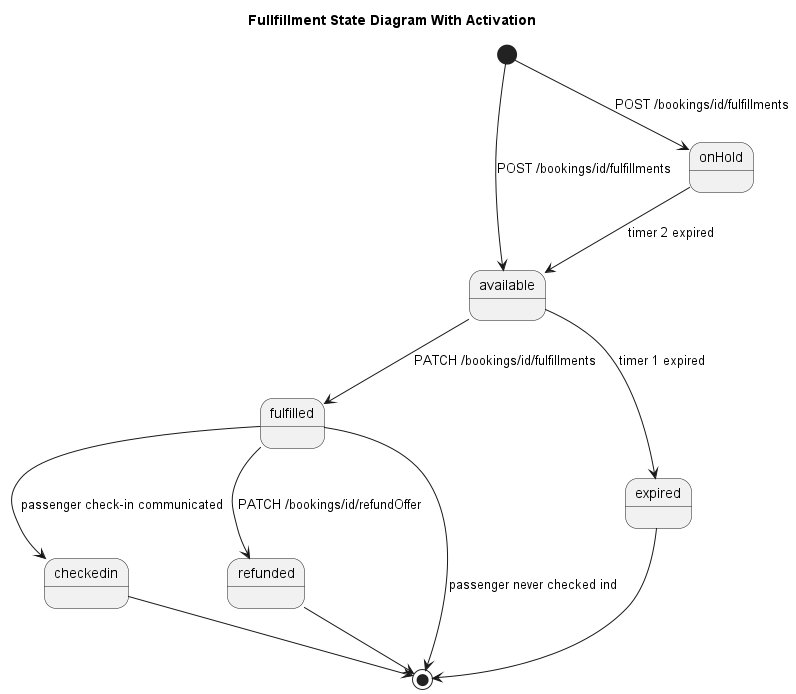
Above: images/models/fulfillment-state-model-with-activation.png in UnionInternationalCheminsdeFer/OSDM (PlantUML), before the change.
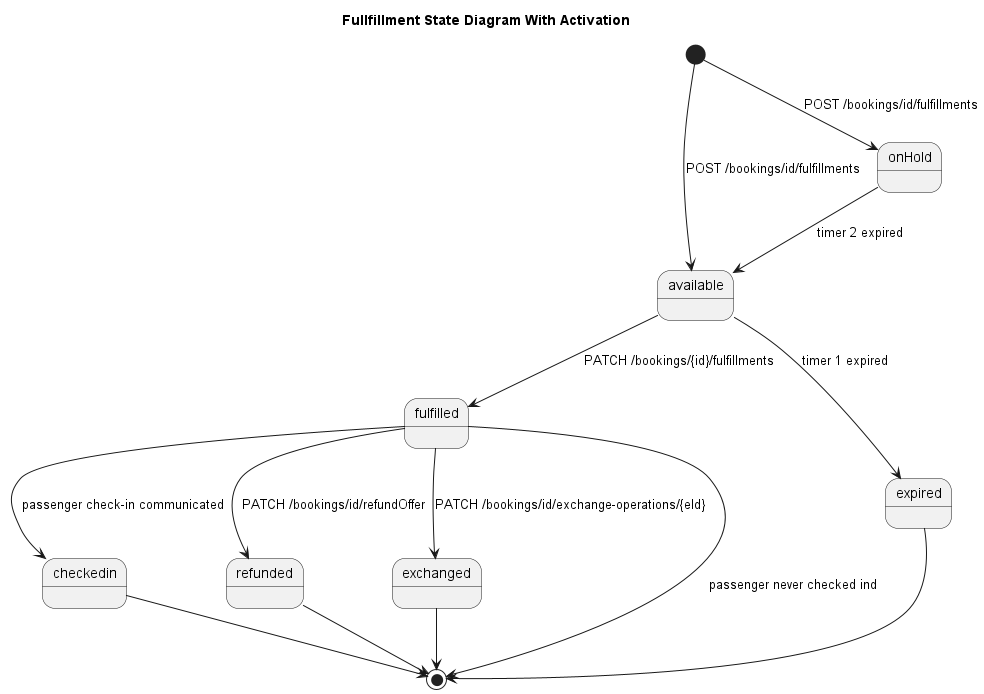
Above is the later version.

Commit message:
update fulfillment state diagram

Change to the diagram source:
```diff
@@ -2,13 +2,15 @@
 title "Fullfillment State Diagram With Activation"
 [*] --> available: POST /bookings/id/fulfillments
 [*] --> onHold: POST /bookings/id/fulfillments
-available --> fulfilled: PATCH /bookings/id/fulfillments
+available --> fulfilled: PATCH /bookings/{id}/fulfillments
 available --> expired: timer 1 expired
 onHold --> available: timer 2 expired
 fulfilled --> checkedin: passenger check-in communicated
 fulfilled --> refunded: PATCH /bookings/id/refundOffer
+fulfilled --> exchanged: PATCH /bookings/id/exchange-operations/{eId}
 checkedin --> [*]
 fulfilled --> [*]: passenger never checked ind
 refunded --> [*]
+exchanged --> [*]
 expired --> [*]
 @enduml
```
